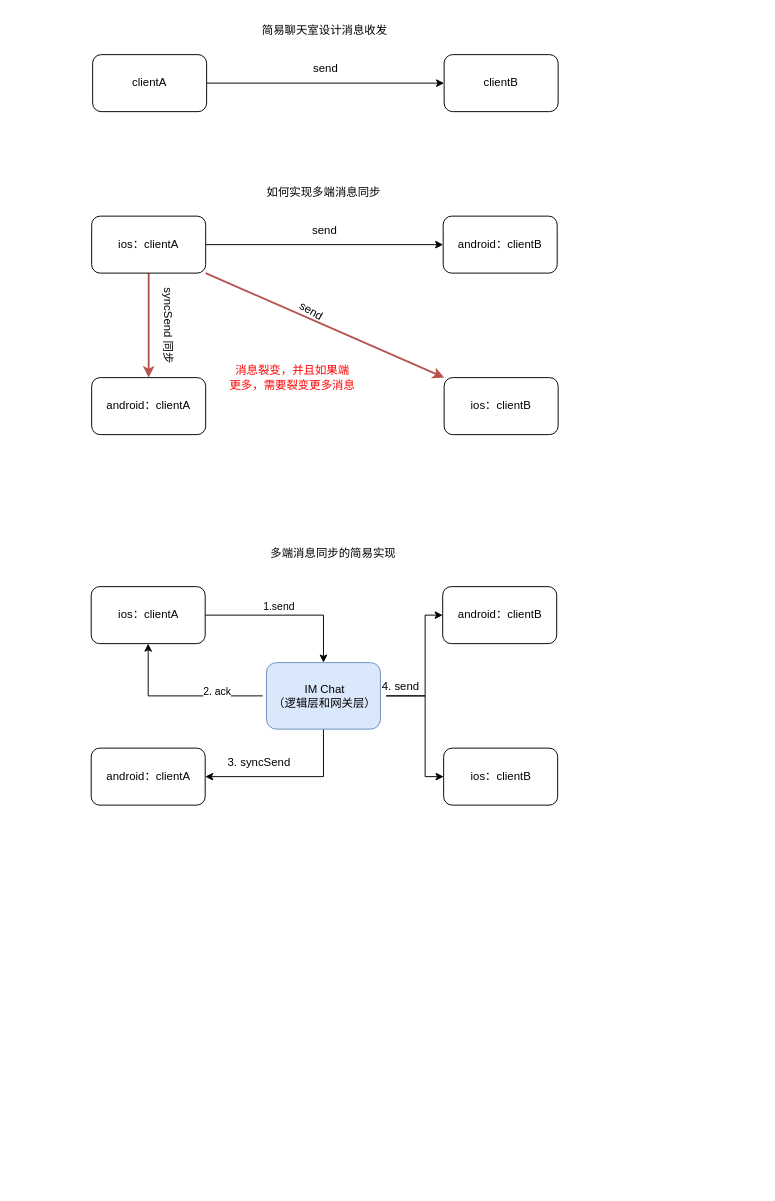
Before: page "第 2 页" (2 of 2) of 未命名绘图.drawio in BanTanger/im-whale-shark, a draw.io diagram. Source tidied: cells renumbered, new cells numbered last; positions are measured from the earlier drawing's top-left corner, leaving out a move shared by most shapes. Both pictures are drawn from the tidied source at 95%, with x=0, y=0 at pixel (90, 16).
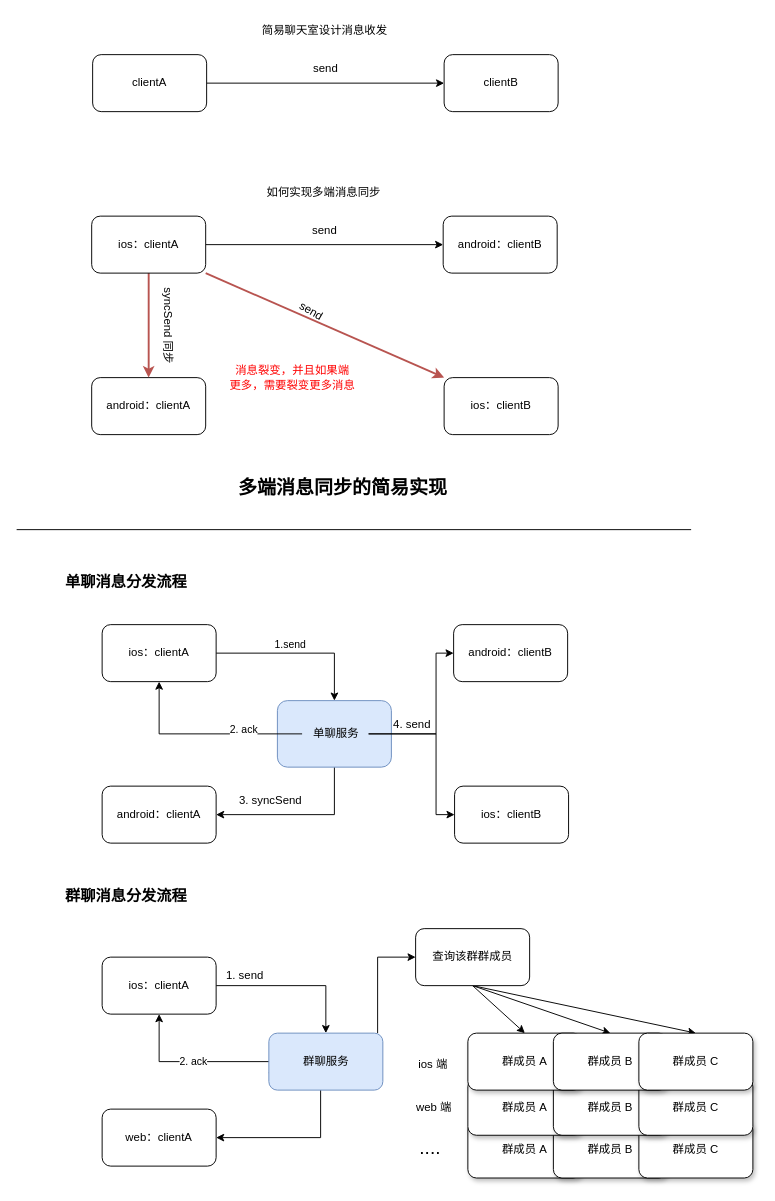
Above is the later version.

Commit message:
群聊消息分发流程.drawio

Change to the diagram source:
```diff
@@
+    <mxCell id="35" value="群成员 A" style="rounded=1;whiteSpace=wrap;html=1;shadow=1;" parent="1" vertex="1">
+      <mxGeometry x="397" y="1162.5" width="120" height="60" as="geometry" />
+    </mxCell>
+    <mxCell id="36" value="群成员 B" style="rounded=1;whiteSpace=wrap;html=1;shadow=1;" parent="1" vertex="1">
+      <mxGeometry x="487" y="1162.5" width="120" height="60" as="geometry" />
+    </mxCell>
+    <mxCell id="37" value="群成员 C" style="rounded=1;whiteSpace=wrap;html=1;shadow=1;" parent="1" vertex="1">
+      <mxGeometry x="577" y="1162.5" width="120" height="60" as="geometry" />
+    </mxCell>
+    <mxCell id="38" value="群成员 A" style="rounded=1;whiteSpace=wrap;html=1;shadow=1;" parent="1" vertex="1">
+      <mxGeometry x="397" y="1117.5" width="120" height="60" as="geometry" />
+    </mxCell>
+    <mxCell id="39" value="群成员 B" style="rounded=1;whiteSpace=wrap;html=1;shadow=1;" parent="1" vertex="1">
+      <mxGeometry x="487" y="1117.5" width="120" height="60" as="geometry" />
+    </mxCell>
+    <mxCell id="40" value="群成员 C" style="rounded=1;whiteSpace=wrap;html=1;shadow=1;" parent="1" vertex="1">
+      <mxGeometry x="577" y="1117.5" width="120" height="60" as="geometry" />
+    </mxCell>
@@
     <mxCell id="19" value="ios：clientB" style="rounded=1;whiteSpace=wrap;html=1;" parent="1" vertex="1">
-      <mxGeometry x="371.5" y="770" width="120" height="60" as="geometry" />
+      <mxGeometry x="383" y="810" width="120" height="60" as="geometry" />
     </mxCell>
     <mxCell id="20" value="android：clientA" style="rounded=1;whiteSpace=wrap;html=1;" parent="1" vertex="1">
-      <mxGeometry x="0.5" y="770" width="120" height="60" as="geometry" />
+      <mxGeometry x="12" y="810" width="120" height="60" as="geometry" />
     </mxCell>
@@
     <mxCell id="23" value="ios：clientA" style="rounded=1;whiteSpace=wrap;html=1;" parent="1" vertex="1">
-      <mxGeometry x="0.5" y="600" width="120" height="60" as="geometry" />
+      <mxGeometry x="12" y="640" width="120" height="60" as="geometry" />
     </mxCell>
     <mxCell id="24" value="android：clientB" style="rounded=1;whiteSpace=wrap;html=1;" parent="1" vertex="1">
-      <mxGeometry x="370.5" y="600" width="120" height="60" as="geometry" />
+      <mxGeometry x="382" y="640" width="120" height="60" as="geometry" />
     </mxCell>
-    <mxCell id="25" value="多端消息同步的简易实现" style="text;html=1;align=center;verticalAlign=middle;strokeColor=none;fillColor=none;" parent="1" vertex="1">
-      <mxGeometry x="175" y="550" width="160" height="30" as="geometry" />
+    <mxCell id="25" value="&lt;b&gt;&lt;font style=&quot;font-size: 20px;&quot;&gt;多端消息同步的简易实现&lt;/font&gt;&lt;/b&gt;" style="text;html=1;align=center;verticalAlign=middle;strokeColor=none;fillColor=none;" parent="1" vertex="1">
+      <mxGeometry x="145" y="475" width="240" height="40" as="geometry" />
     </mxCell>
     <mxCell id="26" style="edgeStyle=orthogonalEdgeStyle;rounded=0;jettySize=auto;html=1;exitX=0.5;exitY=1;exitDx=0;exitDy=0;entryX=1;entryY=0.5;entryDx=0;entryDy=0;" parent="1" edge="1" source="27" target="20">
       <mxGeometry relative="1" as="geometry">
         <Array as="points">
-          <mxPoint x="245" y="800" />
+          <mxPoint x="256.5" y="840" />
         </Array>
       </mxGeometry>
     </mxCell>
     <mxCell id="27" style="rounded=1;whiteSpace=wrap;html=1;fillColor=#dae8fc;strokeColor=#6c8ebf;" parent="1" vertex="1">
-      <mxGeometry x="185" y="680" width="120" height="70" as="geometry" />
+      <mxGeometry x="196.5" y="720" width="120" height="70" as="geometry" />
     </mxCell>
@@
     <mxCell id="30" style="edgeStyle=orthogonalEdgeStyle;rounded=0;jettySize=auto;html=1;entryX=0;entryY=0.5;entryDx=0;entryDy=0;" parent="1" edge="1" source="32" target="19">
       <mxGeometry relative="1" as="geometry">
         <Array as="points">
-          <mxPoint x="352" y="715" />
-          <mxPoint x="352" y="800" />
+          <mxPoint x="363.5" y="755" />
+          <mxPoint x="363.5" y="840" />
         </Array>
       </mxGeometry>
     </mxCell>
     <mxCell id="31" style="edgeStyle=orthogonalEdgeStyle;rounded=0;jettySize=auto;html=1;entryX=0;entryY=0.5;entryDx=0;entryDy=0;" parent="1" edge="1" source="32" target="24">
       <mxGeometry relative="1" as="geometry">
         <Array as="points">
-          <mxPoint x="352" y="715" />
-          <mxPoint x="352" y="630" />
+          <mxPoint x="363.5" y="755" />
+          <mxPoint x="363.5" y="670" />
         </Array>
       </mxGeometry>
     </mxCell>
-    <mxCell id="32" value="IM Chat&lt;br&gt;（逻辑层和网关层）" style="text;html=1;align=center;verticalAlign=middle;points=[];strokeColor=none;fillColor=none;" parent="1" vertex="1">
-      <mxGeometry x="181" y="695" width="130" height="40" as="geometry" />
+    <mxCell id="32" value="单聊服务" style="text;html=1;align=center;verticalAlign=middle;points=[];strokeColor=none;fillColor=none;" parent="1" vertex="1">
+      <mxGeometry x="222.5" y="740" width="70" height="30" as="geometry" />
     </mxCell>
     <mxCell id="33" value="3. syncSend" style="text;html=1;align=center;verticalAlign=middle;strokeColor=none;fillColor=none;" parent="1" vertex="1">
-      <mxGeometry x="132" y="770" width="90" height="30" as="geometry" />
+      <mxGeometry x="143.5" y="810" width="90" height="30" as="geometry" />
     </mxCell>
     <mxCell id="34" value="4. send" style="text;html=1;align=center;verticalAlign=middle;strokeColor=none;fillColor=none;" parent="1" vertex="1">
-      <mxGeometry x="296" y="690" width="60" height="30" as="geometry" />
+      <mxGeometry x="307.5" y="730" width="60" height="30" as="geometry" />
     </mxCell>
+    <mxCell id="41" style="endArrow=none;html=1;rounded=0;" parent="1" edge="1">
+      <mxGeometry relative="1" as="geometry">
+        <mxPoint x="-78" y="540" as="sourcePoint" />
+        <mxPoint x="632" y="540" as="targetPoint" />
+      </mxGeometry>
+    </mxCell>
+    <mxCell id="42" value="&lt;b&gt;&lt;font style=&quot;font-size: 16px;&quot;&gt;单聊消息分发流程&lt;/font&gt;&lt;/b&gt;" style="text;html=1;align=center;verticalAlign=middle;strokeColor=none;fillColor=none;" parent="1" vertex="1">
+      <mxGeometry x="-38" y="580" width="150" height="30" as="geometry" />
+    </mxCell>
+    <mxCell id="43" value="&lt;b&gt;&lt;font style=&quot;font-size: 16px;&quot;&gt;群聊消息分发流程&lt;/font&gt;&lt;/b&gt;" style="text;html=1;align=center;verticalAlign=middle;strokeColor=none;fillColor=none;" parent="1" vertex="1">
+      <mxGeometry x="-38" y="910" width="150" height="30" as="geometry" />
+    </mxCell>
+    <mxCell id="44" style="edgeStyle=orthogonalEdgeStyle;rounded=0;jettySize=auto;html=1;" parent="1" edge="1" source="45" target="50">
+      <mxGeometry relative="1" as="geometry" />
+    </mxCell>
+    <mxCell id="45" value="ios：clientA" style="rounded=1;whiteSpace=wrap;html=1;" parent="1" vertex="1">
+      <mxGeometry x="12" y="990" width="120" height="60" as="geometry" />
+    </mxCell>
+    <mxCell id="46" style="edgeStyle=orthogonalEdgeStyle;rounded=0;jettySize=auto;html=1;exitX=0;exitY=0.695;exitDx=0;exitDy=0;entryX=0.5;entryY=1;entryDx=0;entryDy=0;exitPerimeter=0;" parent="1" edge="1" source="50" target="45">
+      <mxGeometry relative="1" as="geometry">
+        <Array as="points">
+          <mxPoint x="207" y="1100" />
+          <mxPoint x="72" y="1100" />
+        </Array>
+      </mxGeometry>
+    </mxCell>
+    <mxCell id="47" value="2. ack" style="edgeLabel;html=1;align=center;verticalAlign=middle;" parent="46" vertex="1">
+      <mxGeometry x="0.21" y="-1" relative="1" as="geometry" />
+    </mxCell>
+    <mxCell id="48" style="edgeStyle=orthogonalEdgeStyle;rounded=0;jettySize=auto;html=1;" parent="1" edge="1" source="50" target="55">
+      <mxGeometry relative="1" as="geometry">
+        <Array as="points">
+          <mxPoint x="302" y="990" />
+        </Array>
+      </mxGeometry>
+    </mxCell>
+    <mxCell id="49" style="edgeStyle=orthogonalEdgeStyle;rounded=0;jettySize=auto;html=1;" parent="1" edge="1" source="50" target="59">
+      <mxGeometry relative="1" as="geometry">
+        <Array as="points">
+          <mxPoint x="242" y="1180" />
+        </Array>
+      </mxGeometry>
+    </mxCell>
+    <mxCell id="50" value="群聊服务" style="rounded=1;whiteSpace=wrap;html=1;fillColor=#dae8fc;strokeColor=#6c8ebf;" parent="1" vertex="1">
+      <mxGeometry x="187.5" y="1070" width="120" height="60" as="geometry" />
+    </mxCell>
+    <mxCell id="51" value="1. send" style="text;html=1;align=center;verticalAlign=middle;strokeColor=none;fillColor=none;" parent="1" vertex="1">
+      <mxGeometry x="132" y="995" width="60" height="30" as="geometry" />
+    </mxCell>
+    <mxCell id="52" style="rounded=0;jettySize=auto;html=1;entryX=0.5;entryY=0;entryDx=0;entryDy=0;exitX=0.5;exitY=1;exitDx=0;exitDy=0;" parent="1" edge="1" source="55" target="56">
+      <mxGeometry relative="1" as="geometry" />
+    </mxCell>
+    <mxCell id="53" style="rounded=0;jettySize=auto;html=1;entryX=0.5;entryY=0;entryDx=0;entryDy=0;exitX=0.5;exitY=1;exitDx=0;exitDy=0;" parent="1" edge="1" source="55" target="57">
+      <mxGeometry relative="1" as="geometry" />
+    </mxCell>
+    <mxCell id="54" style="rounded=0;jettySize=auto;html=1;exitX=0.5;exitY=1;exitDx=0;exitDy=0;entryX=0.5;entryY=0;entryDx=0;entryDy=0;" parent="1" edge="1" source="55" target="58">
+      <mxGeometry relative="1" as="geometry" />
+    </mxCell>
+    <mxCell id="55" value="查询该群群成员" style="rounded=1;whiteSpace=wrap;html=1;" parent="1" vertex="1">
+      <mxGeometry x="342" y="960" width="120" height="60" as="geometry" />
+    </mxCell>
+    <mxCell id="56" value="群成员 A" style="rounded=1;whiteSpace=wrap;html=1;shadow=1;" parent="1" vertex="1">
+      <mxGeometry x="397" y="1070" width="120" height="60" as="geometry" />
+    </mxCell>
+    <mxCell id="57" value="群成员 B" style="rounded=1;whiteSpace=wrap;html=1;shadow=1;" parent="1" vertex="1">
+      <mxGeometry x="487" y="1070" width="120" height="60" as="geometry" />
+    </mxCell>
+    <mxCell id="58" value="群成员 C" style="rounded=1;whiteSpace=wrap;html=1;shadow=1;" parent="1" vertex="1">
+      <mxGeometry x="577" y="1070" width="120" height="60" as="geometry" />
+    </mxCell>
+    <mxCell id="59" value="web：clientA" style="rounded=1;whiteSpace=wrap;html=1;" parent="1" vertex="1">
+      <mxGeometry x="12" y="1150" width="120" height="60" as="geometry" />
+    </mxCell>
+    <mxCell id="60" value="ios 端" style="text;html=1;align=center;verticalAlign=middle;strokeColor=none;fillColor=none;" parent="1" vertex="1">
+      <mxGeometry x="335" y="1087.5" width="50" height="30" as="geometry" />
+    </mxCell>
+    <mxCell id="61" value="web 端" style="text;html=1;align=center;verticalAlign=middle;strokeColor=none;fillColor=none;" parent="1" vertex="1">
+      <mxGeometry x="331" y="1132.5" width="60" height="30" as="geometry" />
+    </mxCell>
+    <mxCell id="62" value="&lt;font style=&quot;font-size: 20px;&quot;&gt;....&lt;/font&gt;" style="text;html=1;align=center;verticalAlign=middle;strokeColor=none;fillColor=none;" parent="1" vertex="1">
+      <mxGeometry x="332" y="1170" width="50" height="40" as="geometry" />
+    </mxCell>
```
